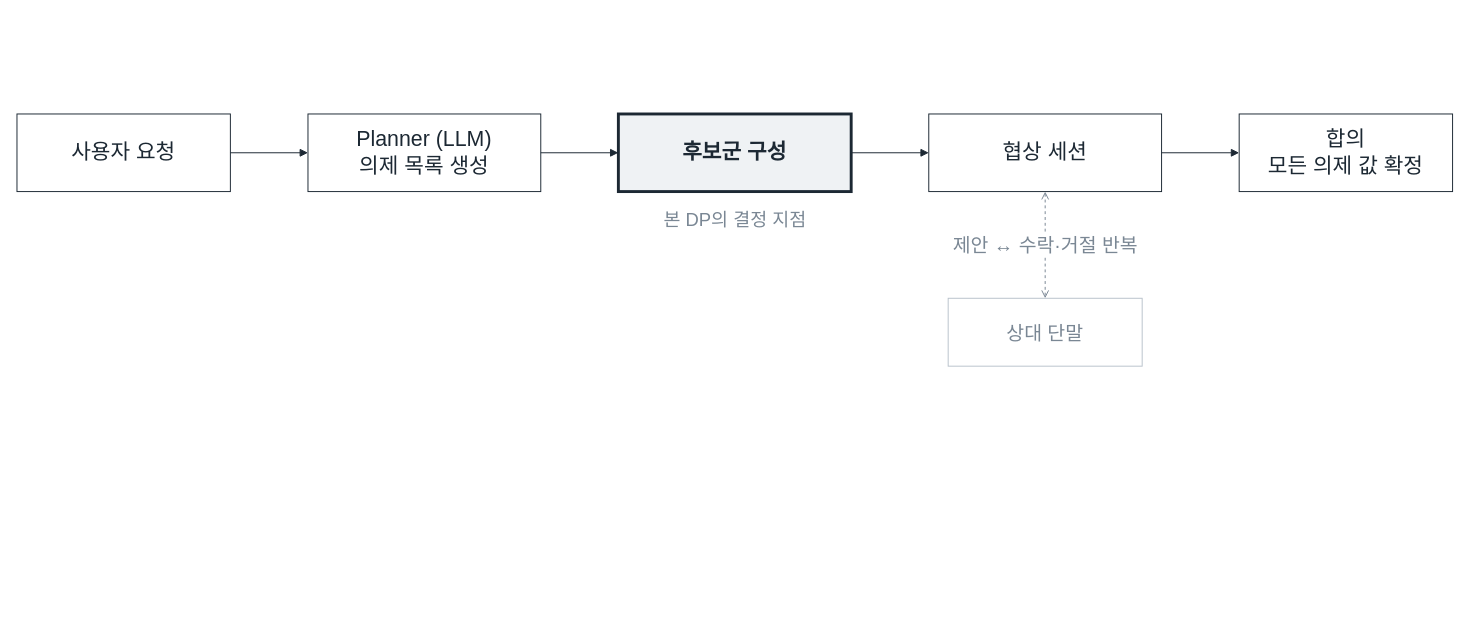
The draw.io diagram page "진행 흐름" (1 of 2) of docs/heejung-yeom/DP-01-배경-진행흐름.drawio in Sunwoo-Nam/architect-teamproject, before the edit. Source tidied: cells renumbered, new cells numbered last; positions are measured from the earlier drawing's top-left corner, leaving out a move shared by most shapes. Both pictures are drawn from the tidied source at 97%, with x=0, y=0 at pixel (16, 113).
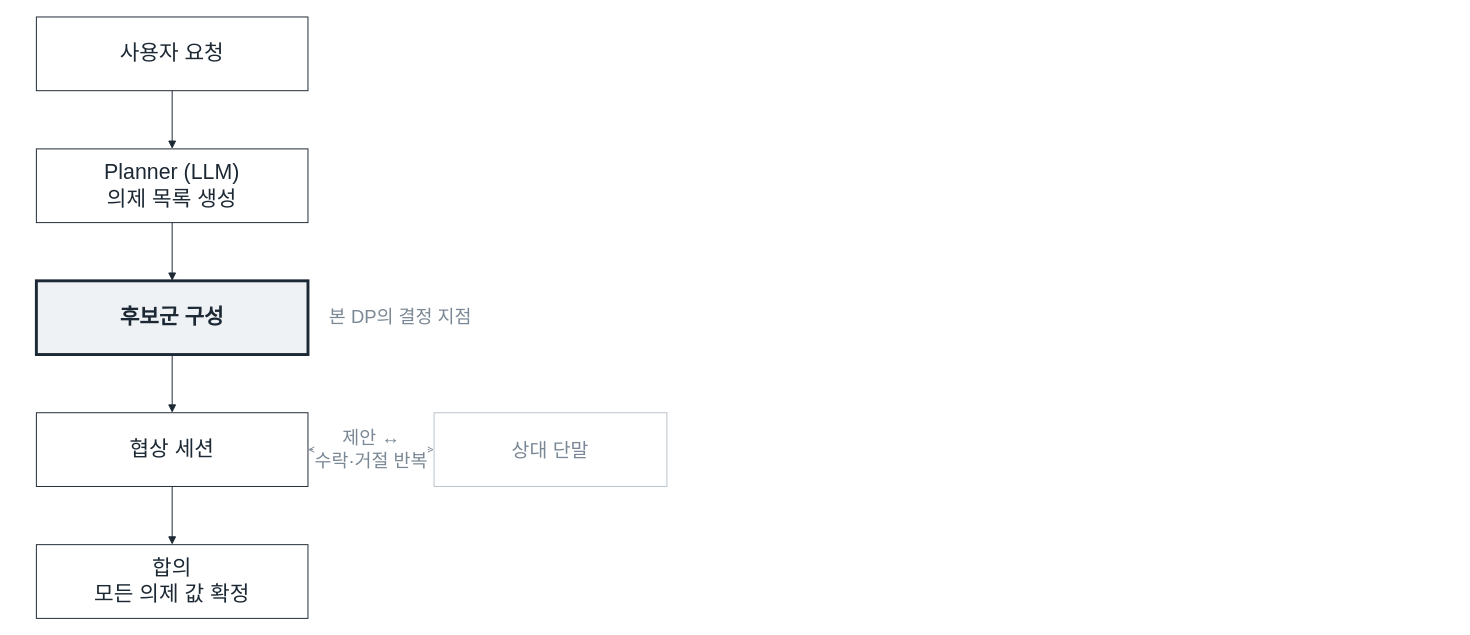
The same diagram, later.

The edit, as a diff of the source:
```diff
@@
 <mxGraphModel>
   <root>
     <mxCell id="0" />
     <mxCell id="1" parent="0" />
     <mxCell id="2" value="사용자 요청" style="rounded=0;whiteSpace=wrap;html=1;fillColor=#FFFFFF;strokeColor=#1C2833;fontColor=#1C2833;align=center;verticalAlign=middle;fontSize=22;" parent="1" vertex="1">
-      <mxGeometry width="220" height="80" as="geometry" />
+      <mxGeometry x="20" y="-100" width="280" height="76" as="geometry" />
     </mxCell>
     <mxCell id="3" value="Planner (LLM)&#10;의제 목록 생성" style="rounded=0;whiteSpace=wrap;html=1;fillColor=#FFFFFF;strokeColor=#1C2833;fontColor=#1C2833;align=center;verticalAlign=middle;fontSize=22;" parent="1" vertex="1">
-      <mxGeometry x="300" width="240" height="80" as="geometry" />
+      <mxGeometry x="20" y="36" width="280" height="76" as="geometry" />
     </mxCell>
     <mxCell id="4" value="후보군 구성" style="rounded=0;whiteSpace=wrap;html=1;fillColor=#EFF2F4;strokeColor=#1C2833;strokeWidth=3;fontColor=#1C2833;align=center;verticalAlign=middle;fontSize=22;fontStyle=1;" parent="1" vertex="1">
-      <mxGeometry x="620" width="240" height="80" as="geometry" />
+      <mxGeometry x="20" y="172" width="280" height="76" as="geometry" />
     </mxCell>
-    <mxCell id="5" value="본 DP의 결정 지점" style="text;html=1;align=center;fontSize=19;fontColor=#7A8794;" parent="1" vertex="1">
-      <mxGeometry x="620" y="92" width="240" height="28" as="geometry" />
+    <mxCell id="5" value="본 DP의 결정 지점" style="text;html=1;align=left;verticalAlign=middle;fontSize=19;fontColor=#7A8794;" parent="1" vertex="1">
+      <mxGeometry x="320" y="196" width="260" height="28" as="geometry" />
     </mxCell>
     <mxCell id="6" value="협상 세션" style="rounded=0;whiteSpace=wrap;html=1;fillColor=#FFFFFF;strokeColor=#1C2833;fontColor=#1C2833;align=center;verticalAlign=middle;fontSize=22;" parent="1" vertex="1">
-      <mxGeometry x="940" width="240" height="80" as="geometry" />
+      <mxGeometry x="20" y="308" width="280" height="76" as="geometry" />
     </mxCell>
+    <mxCell id="8" value="상대 단말" style="rounded=0;whiteSpace=wrap;html=1;fillColor=#FFFFFF;strokeColor=#B9C2CB;fontColor=#7A8794;align=center;verticalAlign=middle;fontSize=20;" parent="1" vertex="1">
+      <mxGeometry x="430" y="308" width="240" height="76" as="geometry" />
+    </mxCell>
     <mxCell id="7" value="합의&#10;모든 의제 값 확정" style="rounded=0;whiteSpace=wrap;html=1;fillColor=#FFFFFF;strokeColor=#1C2833;fontColor=#1C2833;align=center;verticalAlign=middle;fontSize=22;" parent="1" vertex="1">
-      <mxGeometry x="1260" width="220" height="80" as="geometry" />
+      <mxGeometry x="20" y="444" width="280" height="76" as="geometry" />
     </mxCell>
-    <mxCell id="8" value="상대 단말" style="rounded=0;whiteSpace=wrap;html=1;fillColor=#FFFFFF;strokeColor=#B9C2CB;fontColor=#7A8794;align=center;verticalAlign=middle;fontSize=20;" parent="1" vertex="1">
-      <mxGeometry x="960" y="190" width="200" height="70" as="geometry" />
-    </mxCell>
-    <mxCell id="9" style="edgeStyle=orthogonalEdgeStyle;rounded=0;html=1;endArrow=block;endFill=1;strokeColor=#1C2833;fontSize=20;fontColor=#7A8794;" parent="1" edge="1" source="2" target="3">
+    <mxCell id="9" style="edgeStyle=orthogonalEdgeStyle;rounded=0;html=1;endArrow=block;endFill=1;strokeColor=#1C2833;fontSize=19;fontColor=#7A8794;exitX=0.5;exitY=1;exitDx=0;exitDy=0;entryX=0.5;entryY=0;entryDx=0;entryDy=0;" parent="1" edge="1" source="2" target="3">
       <mxGeometry relative="1" as="geometry" />
     </mxCell>
-    <mxCell id="10" style="edgeStyle=orthogonalEdgeStyle;rounded=0;html=1;endArrow=block;endFill=1;strokeColor=#1C2833;fontSize=20;fontColor=#7A8794;" parent="1" edge="1" source="3" target="4">
+    <mxCell id="10" style="edgeStyle=orthogonalEdgeStyle;rounded=0;html=1;endArrow=block;endFill=1;strokeColor=#1C2833;fontSize=19;fontColor=#7A8794;exitX=0.5;exitY=1;exitDx=0;exitDy=0;entryX=0.5;entryY=0;entryDx=0;entryDy=0;" parent="1" edge="1" source="3" target="4">
       <mxGeometry relative="1" as="geometry" />
     </mxCell>
-    <mxCell id="11" style="edgeStyle=orthogonalEdgeStyle;rounded=0;html=1;endArrow=block;endFill=1;strokeColor=#1C2833;fontSize=20;fontColor=#7A8794;" parent="1" edge="1" source="4" target="6">
+    <mxCell id="11" style="edgeStyle=orthogonalEdgeStyle;rounded=0;html=1;endArrow=block;endFill=1;strokeColor=#1C2833;fontSize=19;fontColor=#7A8794;exitX=0.5;exitY=1;exitDx=0;exitDy=0;entryX=0.5;entryY=0;entryDx=0;entryDy=0;" parent="1" edge="1" source="4" target="6">
       <mxGeometry relative="1" as="geometry" />
     </mxCell>
-    <mxCell id="12" style="edgeStyle=orthogonalEdgeStyle;rounded=0;html=1;endArrow=block;endFill=1;strokeColor=#1C2833;fontSize=20;fontColor=#7A8794;" parent="1" edge="1" source="6" target="7">
+    <mxCell id="12" style="edgeStyle=orthogonalEdgeStyle;rounded=0;html=1;endArrow=block;endFill=1;strokeColor=#1C2833;fontSize=19;fontColor=#7A8794;exitX=0.5;exitY=1;exitDx=0;exitDy=0;entryX=0.5;entryY=0;entryDx=0;entryDy=0;" parent="1" edge="1" source="6" target="7">
       <mxGeometry relative="1" as="geometry" />
     </mxCell>
-    <mxCell id="13" value="제안 ↔ 수락·거절 반복" style="edgeStyle=orthogonalEdgeStyle;rounded=0;html=1;endArrow=open;startArrow=open;dashed=1;strokeColor=#7A8794;fontSize=20;fontColor=#7A8794;" parent="1" edge="1" source="6" target="8">
+    <mxCell id="13" value="제안 ↔&#10;수락·거절 반복" style="edgeStyle=orthogonalEdgeStyle;rounded=0;html=1;endArrow=open;startArrow=open;dashed=1;strokeColor=#7A8794;fontSize=19;fontColor=#7A8794;exitX=1;exitY=0.5;exitDx=0;exitDy=0;entryX=0;entryY=0.5;entryDx=0;entryDy=0;" parent="1" edge="1" source="6" target="8">
       <mxGeometry relative="1" as="geometry" />
     </mxCell>
   </root>
 </mxGraphModel>
```
